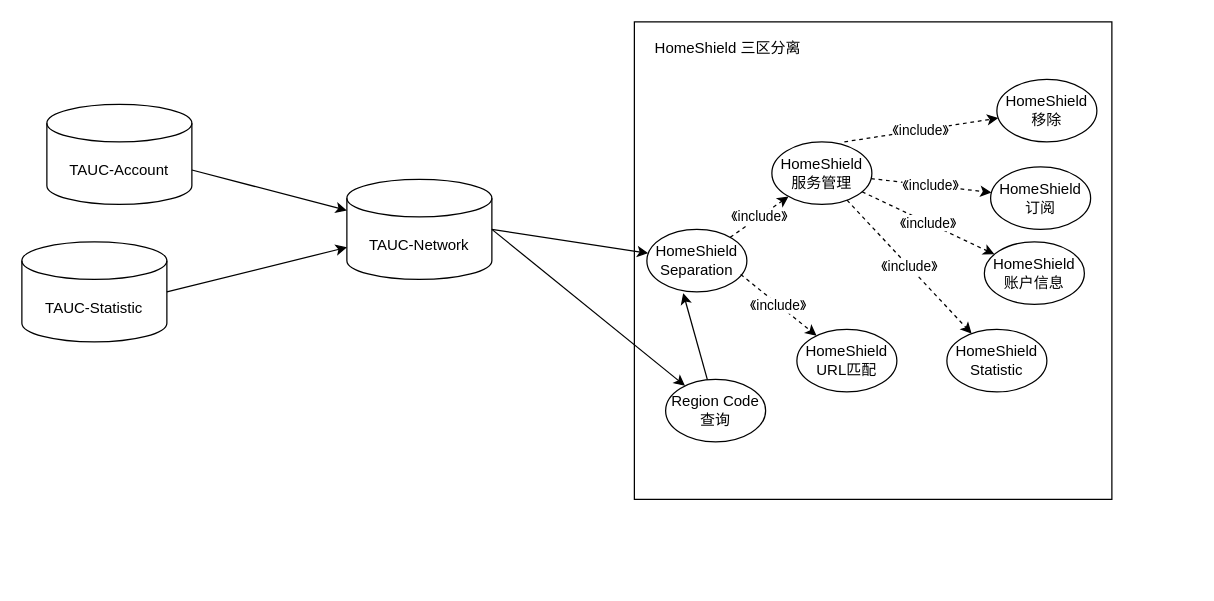
Before: 未命名绘图.drawio in Dntls/Book, a draw.io diagram. Source tidied: cells renumbered, new cells numbered last; positions are measured from the earlier drawing's top-left corner, leaving out a move shared by most shapes. Both pictures are drawn from the tidied source at 125%, with x=0, y=0 at pixel (21, 21).
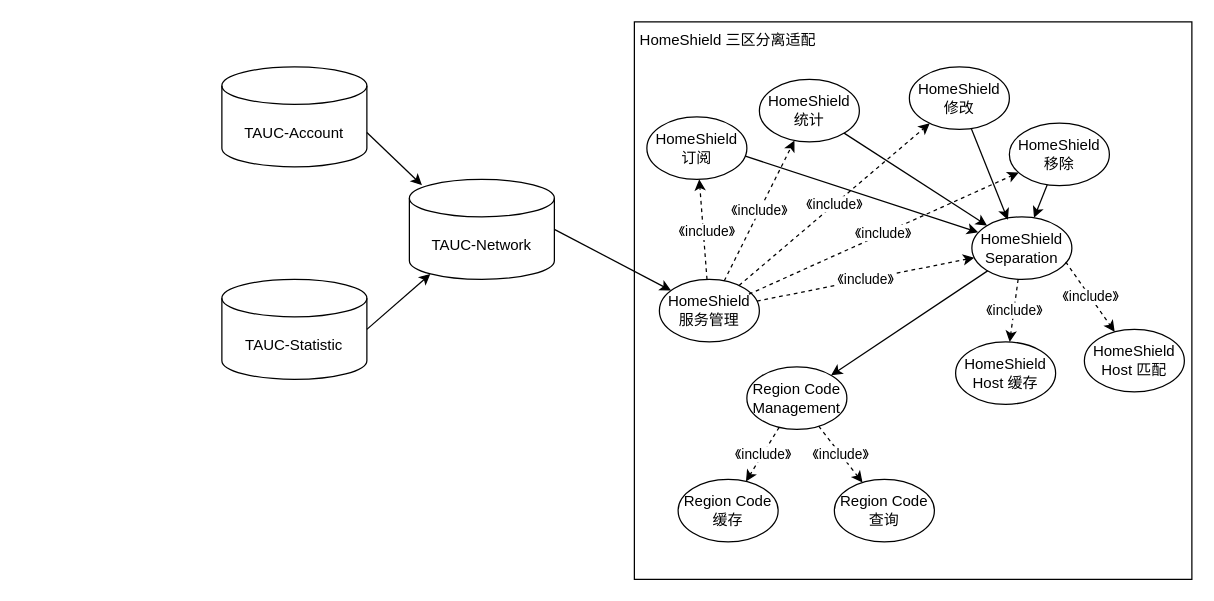
Above is the later version.

Commit message:
更新未命名绘图.drawio

Diff of the diagram source:
```diff
@@
     <mxCell id="2" value="TAUC-Account" style="shape=cylinder3;whiteSpace=wrap;html=1;boundedLbl=1;backgroundOutline=1;size=15;" parent="1" vertex="1">
-      <mxGeometry x="20" y="66" width="116" height="80" as="geometry" />
+      <mxGeometry x="160" y="36" width="116" height="80" as="geometry" />
     </mxCell>
     <mxCell id="3" value="TAUC-Statistic" style="shape=cylinder3;whiteSpace=wrap;html=1;boundedLbl=1;backgroundOutline=1;size=15;" parent="1" vertex="1">
-      <mxGeometry y="176" width="116" height="80" as="geometry" />
+      <mxGeometry x="160" y="206" width="116" height="80" as="geometry" />
     </mxCell>
     <mxCell id="4" style="whiteSpace=wrap;html=1;fillColor=none;" parent="1" vertex="1">
-      <mxGeometry x="490" width="382" height="382" as="geometry" />
+      <mxGeometry x="490" width="446" height="446" as="geometry" />
     </mxCell>
-    <mxCell id="5" value="HomeShield 三区分离" style="text;html=1;strokeColor=none;fillColor=none;align=center;verticalAlign=middle;whiteSpace=wrap;rounded=0;" parent="1" vertex="1">
-      <mxGeometry x="470" y="6" width="190" height="30" as="geometry" />
+    <mxCell id="5" value="HomeShield 三区分离适配" style="text;html=1;strokeColor=none;fillColor=none;align=center;verticalAlign=middle;whiteSpace=wrap;rounded=0;" parent="1" vertex="1">
+      <mxGeometry x="470" width="190" height="30" as="geometry" />
     </mxCell>
     <mxCell id="6" value="TAUC-Network" style="shape=cylinder3;whiteSpace=wrap;html=1;boundedLbl=1;backgroundOutline=1;size=15;" parent="1" vertex="1">
-      <mxGeometry x="260" y="126" width="116" height="80" as="geometry" />
+      <mxGeometry x="310" y="126" width="116" height="80" as="geometry" />
     </mxCell>
-    <mxCell id="7" style="endArrow=classic;html=1;rounded=0;exitX=1;exitY=0;exitDx=0;exitDy=52.5;exitPerimeter=0;" parent="1" edge="1" source="2" target="6">
+    <mxCell id="7" style="endArrow=classic;html=1;rounded=0;exitX=1;exitY=0;exitDx=0;exitDy=52.5;exitPerimeter=0;entryX=0.087;entryY=0.058;entryDx=0;entryDy=0;entryPerimeter=0;" parent="1" edge="1" source="2" target="6">
       <mxGeometry relative="1" as="geometry" />
     </mxCell>
-    <mxCell id="8" style="endArrow=classic;html=1;rounded=0;exitX=1;exitY=0.5;exitDx=0;exitDy=0;exitPerimeter=0;" parent="1" edge="1" source="6" target="23">
-      <mxGeometry relative="1" as="geometry" />
-    </mxCell>
-    <mxCell id="9" style="endArrow=classic;html=1;rounded=0;exitX=1;exitY=0.5;exitDx=0;exitDy=0;exitPerimeter=0;" parent="1" edge="1" source="3" target="6">
+    <mxCell id="9" style="endArrow=classic;html=1;rounded=0;exitX=1;exitY=0.5;exitDx=0;exitDy=0;exitPerimeter=0;entryX=0.145;entryY=1;entryDx=0;entryDy=-4.35;entryPerimeter=0;" parent="1" edge="1" source="3" target="6">
       <mxGeometry relative="1" as="geometry" />
     </mxCell>
-    <mxCell id="10" value="HomeShield URL匹配" style="ellipse;whiteSpace=wrap;html=1;" parent="1" vertex="1">
-      <mxGeometry x="620" y="246" width="80" height="50" as="geometry" />
+    <mxCell id="10" value="HomeShield Host 匹配" style="ellipse;whiteSpace=wrap;html=1;" parent="1" vertex="1">
+      <mxGeometry x="850" y="246" width="80" height="50" as="geometry" />
     </mxCell>
     <mxCell id="11" value="HomeShield 服务管理" style="ellipse;whiteSpace=wrap;html=1;" parent="1" vertex="1">
-      <mxGeometry x="600" y="96" width="80" height="50" as="geometry" />
+      <mxGeometry x="510" y="206" width="80" height="50" as="geometry" />
     </mxCell>
-    <mxCell id="12" value="HomeShield 订阅" style="ellipse;whiteSpace=wrap;html=1;" parent="1" vertex="1">
-      <mxGeometry x="775" y="116" width="80" height="50" as="geometry" />
+    <mxCell id="12" value="HomeShield 修改" style="ellipse;whiteSpace=wrap;html=1;" parent="1" vertex="1">
+      <mxGeometry x="710" y="36" width="80" height="50" as="geometry" />
     </mxCell>
-    <mxCell id="13" value="HomeShield 账户信息" style="ellipse;whiteSpace=wrap;html=1;" parent="1" vertex="1">
-      <mxGeometry x="770" y="176" width="80" height="50" as="geometry" />
+    <mxCell id="13" value="HomeShield 订阅" style="ellipse;whiteSpace=wrap;html=1;" parent="1" vertex="1">
+      <mxGeometry x="500" y="76" width="80" height="50" as="geometry" />
     </mxCell>
     <mxCell id="14" value="HomeShield 移除" style="ellipse;whiteSpace=wrap;html=1;" parent="1" vertex="1">
-      <mxGeometry x="780" y="46" width="80" height="50" as="geometry" />
+      <mxGeometry x="790" y="81" width="80" height="50" as="geometry" />
     </mxCell>
-    <mxCell id="15" value="HomeShield Statistic" style="ellipse;whiteSpace=wrap;html=1;" parent="1" vertex="1">
-      <mxGeometry x="740" y="246" width="80" height="50" as="geometry" />
+    <mxCell id="15" value="HomeShield 统计" style="ellipse;whiteSpace=wrap;html=1;" parent="1" vertex="1">
+      <mxGeometry x="590" y="46" width="80" height="50" as="geometry" />
     </mxCell>
-    <mxCell id="16" value="《include》" style="endArrow=classic;html=1;rounded=0;exitX=0.725;exitY=0;exitDx=0;exitDy=0;exitPerimeter=0;dashed=1;" parent="1" edge="1" source="11" target="14">
+    <mxCell id="16" value="《include》" style="endArrow=classic;html=1;rounded=0;exitX=0.896;exitY=0.237;exitDx=0;exitDy=0;exitPerimeter=0;dashed=1;" parent="1" edge="1" source="11" target="14">
       <mxGeometry relative="1" as="geometry" />
     </mxCell>
@@
     <mxCell id="18" value="《include》" style="endArrow=classic;html=1;rounded=0;dashed=1;" parent="1" edge="1" source="11" target="13">
-      <mxGeometry relative="1" as="geometry" />
+      <mxGeometry x="-0.06" y="-3" relative="1" as="geometry" />
     </mxCell>
@@
     <mxCell id="20" value="HomeShield Separation" style="ellipse;whiteSpace=wrap;html=1;" parent="1" vertex="1">
-      <mxGeometry x="500" y="166" width="80" height="50" as="geometry" />
+      <mxGeometry x="760" y="156" width="80" height="50" as="geometry" />
     </mxCell>
@@
-    <mxCell id="22" value="《include》" style="endArrow=classic;html=1;rounded=0;dashed=1;" parent="1" edge="1" source="20" target="11">
+    <mxCell id="22" value="《include》" style="endArrow=classic;html=1;rounded=0;dashed=1;" parent="1" edge="1" source="11" target="20">
       <mxGeometry relative="1" as="geometry" />
     </mxCell>
-    <mxCell id="23" value="Region Code查询" style="ellipse;whiteSpace=wrap;html=1;" parent="1" vertex="1">
-      <mxGeometry x="515" y="286" width="80" height="50" as="geometry" />
+    <mxCell id="23" value="Region Code Management" style="ellipse;whiteSpace=wrap;html=1;" parent="1" vertex="1">
+      <mxGeometry x="580" y="276" width="80" height="50" as="geometry" />
     </mxCell>
-    <mxCell id="24" style="endArrow=classic;html=1;rounded=0;entryX=0.363;entryY=1.02;entryDx=0;entryDy=0;entryPerimeter=0;" parent="1" edge="1" source="23" target="20">
+    <mxCell id="24" style="endArrow=classic;html=1;rounded=0;" parent="1" edge="1" source="20" target="23">
       <mxGeometry relative="1" as="geometry" />
     </mxCell>
-    <mxCell id="25" style="endArrow=classic;html=1;rounded=0;exitX=1;exitY=0.5;exitDx=0;exitDy=0;exitPerimeter=0;" parent="1" edge="1" source="6" target="20">
+    <mxCell id="25" style="endArrow=classic;html=1;rounded=0;exitX=1;exitY=0.5;exitDx=0;exitDy=0;exitPerimeter=0;" parent="1" edge="1" source="6" target="11">
       <mxGeometry relative="1" as="geometry" />
     </mxCell>
+    <mxCell id="26" style="endArrow=classic;html=1;rounded=0;" parent="1" edge="1" source="15" target="20">
+      <mxGeometry relative="1" as="geometry" />
+    </mxCell>
+    <mxCell id="27" style="endArrow=classic;html=1;rounded=0;entryX=0.36;entryY=0.047;entryDx=0;entryDy=0;entryPerimeter=0;" parent="1" edge="1" source="12" target="20">
+      <mxGeometry relative="1" as="geometry" />
+    </mxCell>
+    <mxCell id="28" style="endArrow=classic;html=1;rounded=0;entryX=0.063;entryY=0.247;entryDx=0;entryDy=0;entryPerimeter=0;exitX=0.985;exitY=0.628;exitDx=0;exitDy=0;exitPerimeter=0;" parent="1" edge="1" source="13" target="20">
+      <mxGeometry relative="1" as="geometry" />
+    </mxCell>
+    <mxCell id="29" style="endArrow=classic;html=1;rounded=0;" parent="1" edge="1" source="14" target="20">
+      <mxGeometry relative="1" as="geometry" />
+    </mxCell>
+    <mxCell id="30" value="HomeShield Host 缓存" style="ellipse;whiteSpace=wrap;html=1;" parent="1" vertex="1">
+      <mxGeometry x="747" y="256" width="80" height="50" as="geometry" />
+    </mxCell>
+    <mxCell id="31" value="《include》" style="endArrow=classic;html=1;rounded=0;dashed=1;" parent="1" edge="1" source="20" target="30">
+      <mxGeometry relative="1" as="geometry" />
+    </mxCell>
+    <mxCell id="32" value="Region Code 缓存" style="ellipse;whiteSpace=wrap;html=1;" parent="1" vertex="1">
+      <mxGeometry x="525" y="366" width="80" height="50" as="geometry" />
+    </mxCell>
+    <mxCell id="33" value="《include》" style="endArrow=classic;html=1;rounded=0;dashed=1;" parent="1" edge="1" source="23" target="32">
+      <mxGeometry relative="1" as="geometry" />
+    </mxCell>
+    <mxCell id="34" value="Region Code 查询" style="ellipse;whiteSpace=wrap;html=1;" parent="1" vertex="1">
+      <mxGeometry x="650" y="366" width="80" height="50" as="geometry" />
+    </mxCell>
+    <mxCell id="35" value="《include》" style="endArrow=classic;html=1;rounded=0;dashed=1;" parent="1" edge="1" source="23" target="34">
+      <mxGeometry relative="1" as="geometry" />
+    </mxCell>
```
